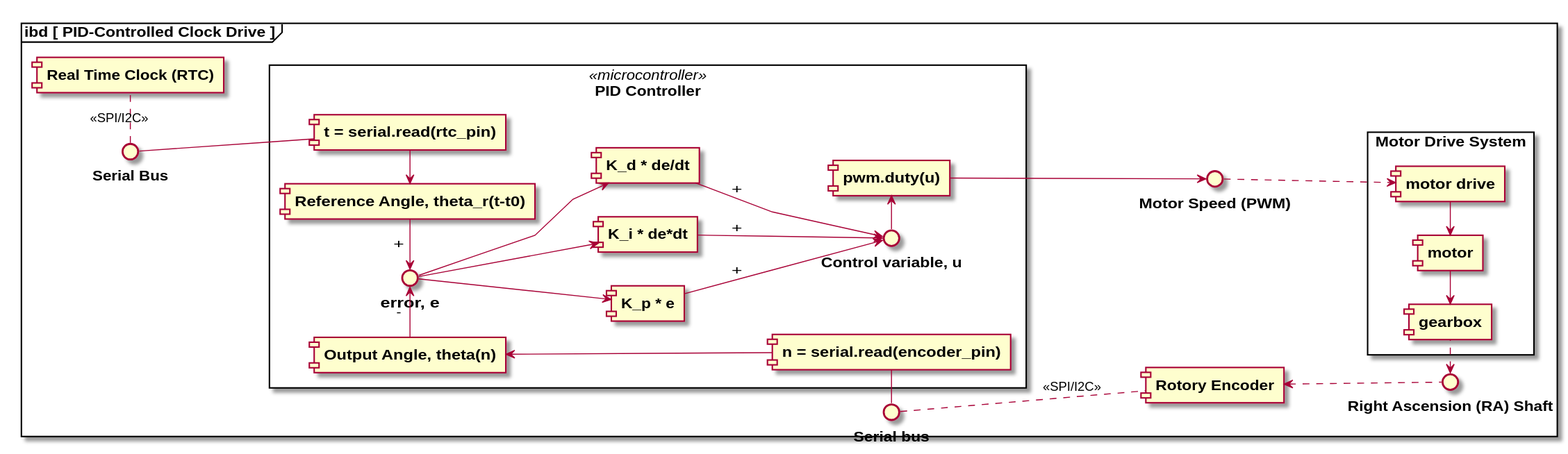
This is images/ibd-pid-controlled-clock-drive.svg from capsulecorplab/pid-controlled-clock-drive, a PlantUML export, as it was before one commit.
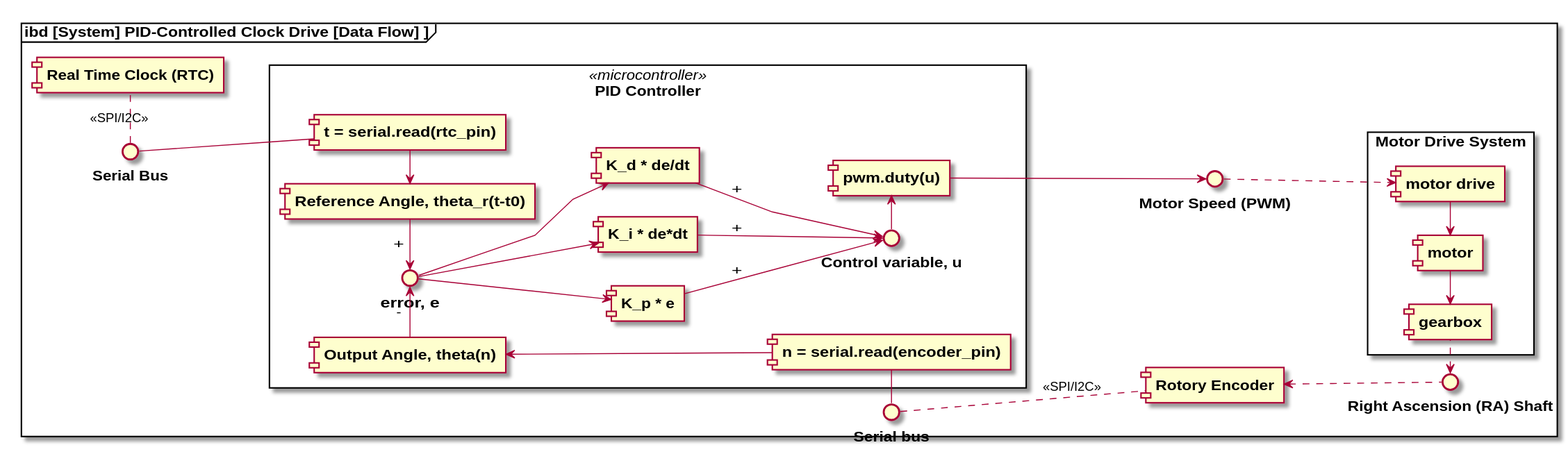
After the change.

What changed in the source:
```diff
@@ -2,7 +2,7 @@
 left to right direction
 skinparam linetype polyline
 
-frame "ibd [ PID-Controlled Clock Drive ]" {
+frame "ibd [System] PID-Controlled Clock Drive [Data Flow] ]" {
 
   component "<b>Real Time Clock (RTC)</b>" as rtc
 
```
